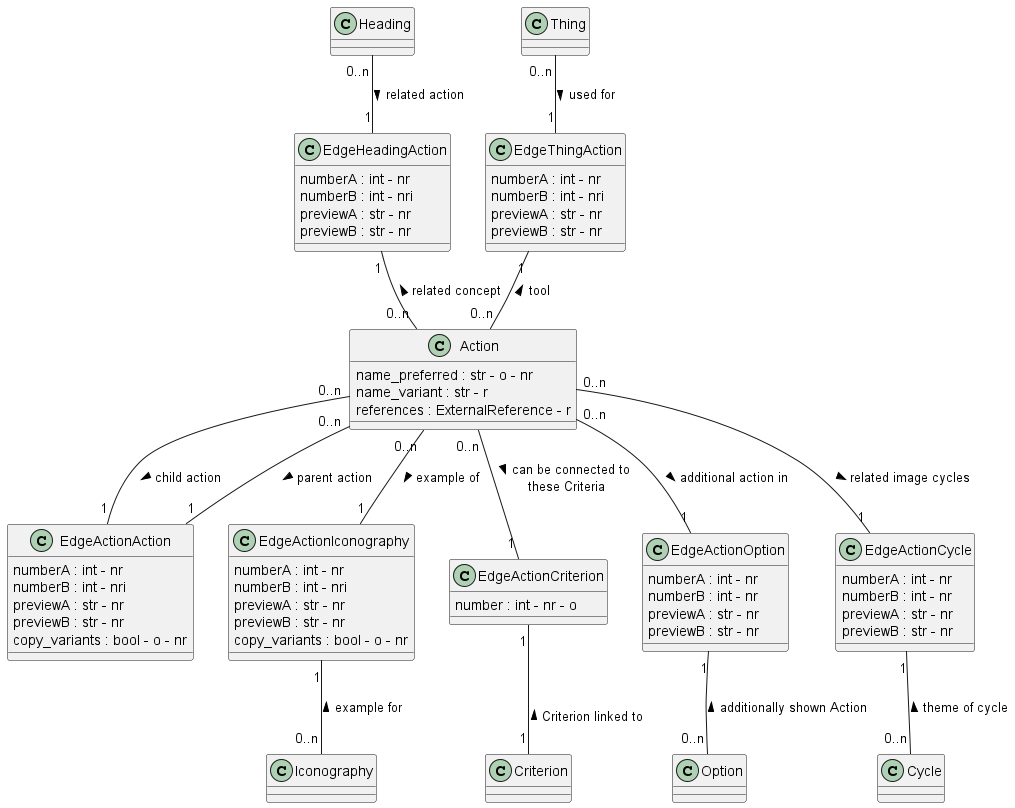
Earlier version of the PlantUML export documentation/class_diagrams/action.png (tmasch/bpf_be). The source it was exported from:
```plantuml
@startuml Action

class Action
Action : name_preferred : str - o - nr
Action : name_variant : str - r
Action : references : ExternalReference - r

class Heading

class Thing

class Iconography

class Criterion

class Option

class Cycle

class EdgeHeadingAction
EdgeHeadingAction : numberA : int - nr
EdgeHeadingAction : numberB : int - nri
EdgeHeadingAction : previewA : str - nr
EdgeHeadingAction : previewB : str - nr

class EdgeThingAction
EdgeThingAction : numberA : int - nr
EdgeThingAction : numberB : int - nri
EdgeThingAction : previewA : str - nr
EdgeThingAction : previewB : str - nr

class EdgeActionAction
EdgeActionAction : numberA : int - nr
EdgeActionAction : numberB : int - nri
EdgeActionAction : previewA : str - nr
EdgeActionAction : previewB : str - nr
EdgeActionAction : copy_variants : bool - o - nr

class EdgeActionIconography
EdgeActionIconography : numberA : int - nr
EdgeActionIconography : numberB : int - nri
EdgeActionIconography : previewA : str - nr
EdgeActionIconography : previewB : str - nr
EdgeActionIconography : copy_variants : bool - o - nr

class EdgeActionCriterion
EdgeActionCriterion : number : int - nr - o

class EdgeActionOption
EdgeActionOption : numberA : int - nr
EdgeActionOption : numberB : int - nr
EdgeActionOption : previewA : str - nr
EdgeActionOption : previewB : str - nr

class EdgeActionCycle
EdgeActionCycle : numberA : int - nr
EdgeActionCycle : numberB : int - nr
EdgeActionCycle : previewA : str - nr
EdgeActionCycle : previewB : str - nr


Heading "0..n" -- "1" EdgeHeadingAction: related action >
EdgeHeadingAction "1" -- "0..n" Action: related concept <

Thing "0..n" -- "1" EdgeThingAction: used for >
EdgeThingAction "1" -- "0..n" Action: tool <

Action "0..n" -- "1" EdgeActionAction: child action >
EdgeActionAction "1" -- "0..n" Action: parent action <

Action "0..n" -- "1" EdgeActionIconography : example of >
EdgeActionIconography "1" -- "0..n" Iconography : example for <

Action "0..n" -- "1" EdgeActionOption : additional action in >
EdgeActionOption "1" -- "0..n" Option : additionally shown Action <

Action "0..n" -- "1" EdgeActionCriterion : > can be connected to \n these Criteria
EdgeActionCriterion "1" -- "1" Criterion : \n Criterion linked to <

Action "0..n" -- "1" EdgeActionCycle : related image cycles >
EdgeActionCycle "1" -- "0..n" Cycle : theme of cycle <

@enduml
```
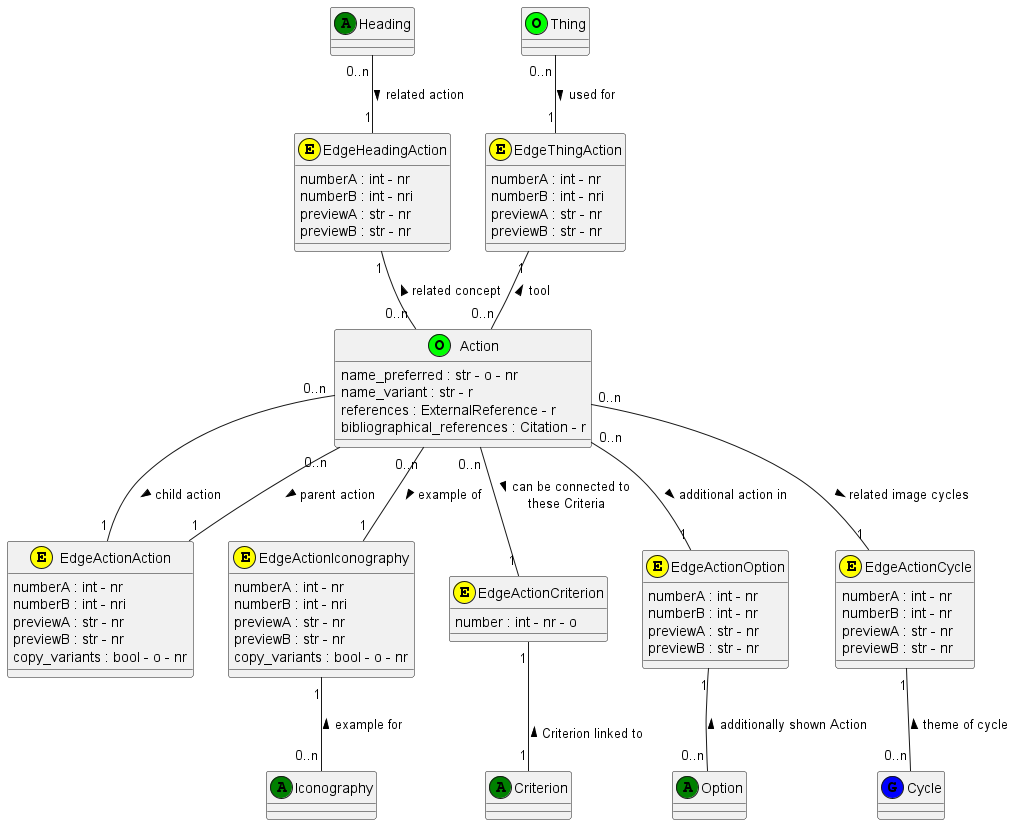
After the commit.

Diff of the diagram source:
```diff
@@ -1,58 +1,59 @@
 @startuml Action
 
-class Action
+class Action <<(O,lime)>>
 Action : name_preferred : str - o - nr
 Action : name_variant : str - r
 Action : references : ExternalReference - r
+Action : bibliographical_references : Citation - r
 
-class Heading
+class Heading <<(A,green)>>
 
-class Thing
+class Thing <<(O,lime)>>
 
-class Iconography
+class Iconography <<(A,green)>>
 
-class Criterion
+class Criterion <<(A,green)>>
 
-class Option
+class Option  <<(A,green)>>
 
-class Cycle
+class Cycle <<(G,blue)>>
 
-class EdgeHeadingAction
+class EdgeHeadingAction  <<(E,yellow)>>
 EdgeHeadingAction : numberA : int - nr
 EdgeHeadingAction : numberB : int - nri
 EdgeHeadingAction : previewA : str - nr
 EdgeHeadingAction : previewB : str - nr
 
-class EdgeThingAction
+class EdgeThingAction <<(E,yellow)>>
 EdgeThingAction : numberA : int - nr
 EdgeThingAction : numberB : int - nri
 EdgeThingAction : previewA : str - nr
 EdgeThingAction : previewB : str - nr
 
-class EdgeActionAction
+class EdgeActionAction <<(E,yellow)>>
 EdgeActionAction : numberA : int - nr
 EdgeActionAction : numberB : int - nri
 EdgeActionAction : previewA : str - nr
 EdgeActionAction : previewB : str - nr
 EdgeActionAction : copy_variants : bool - o - nr
 
-class EdgeActionIconography
+class EdgeActionIconography <<(E,yellow)>>
 EdgeActionIconography : numberA : int - nr
 EdgeActionIconography : numberB : int - nri
 EdgeActionIconography : previewA : str - nr
 EdgeActionIconography : previewB : str - nr
 EdgeActionIconography : copy_variants : bool - o - nr
 
-class EdgeActionCriterion
+class EdgeActionCriterion <<(E,yellow)>>
 EdgeActionCriterion : number : int - nr - o
 
-class EdgeActionOption
+class EdgeActionOption <<(E,yellow)>>
 EdgeActionOption : numberA : int - nr
 EdgeActionOption : numberB : int - nr
 EdgeActionOption : previewA : str - nr
 EdgeActionOption : previewB : str - nr
 
-class EdgeActionCycle
+class EdgeActionCycle <<(E,yellow)>>
 EdgeActionCycle : numberA : int - nr
 EdgeActionCycle : numberB : int - nr
 EdgeActionCycle : previewA : str - nr
```
